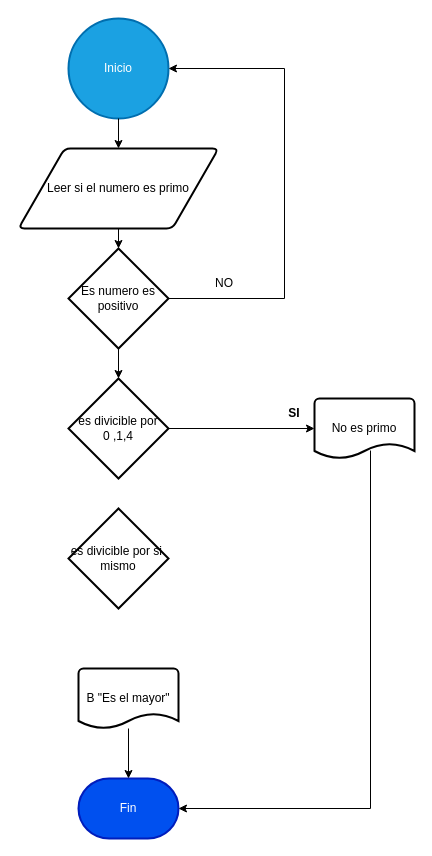
The draw.io diagram Unidad_1/images/Diagrama_flujo6.drawio in Joseman2000LR/Programacion, before the edit. Source tidied: cells renumbered, new cells numbered last; positions are measured from the earlier drawing's top-left corner, leaving out a move shared by most shapes. Both pictures are drawn from the tidied source at 100%, with x=0, y=0 at pixel (18, 18).
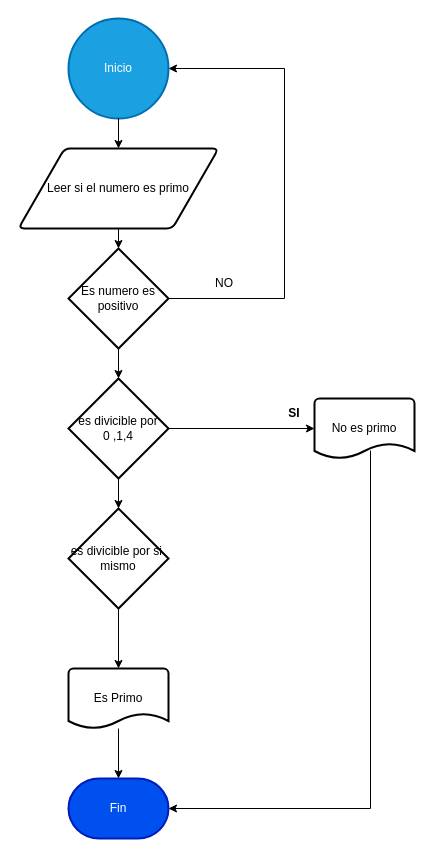
Above is the later version.

Commit message (it also covers changes not shown here):
cracionde diagrama de flujo4  y cambios en 6

Unchanged cells that the change refers to:
```xml
<mxCell id="4" value="es divicible por&lt;br&gt;0 ,1,4" style="strokeWidth=2;html=1;shape=mxgraph.flowchart.decision;whiteSpace=wrap;" parent="1" vertex="1">
  <mxGeometry x="50" y="360" width="100" height="100" as="geometry" />
</mxCell>
<mxCell id="18" value="es divicible por si&amp;nbsp;&lt;br&gt;mismo" style="strokeWidth=2;html=1;shape=mxgraph.flowchart.decision;whiteSpace=wrap;" parent="1" vertex="1">
  <mxGeometry x="50" y="490" width="100" height="100" as="geometry" />
</mxCell>
```

What changed in the source:
```diff
@@
-    <mxCell id="6" value="B &quot;Es el mayor&quot;" style="strokeWidth=2;html=1;shape=mxgraph.flowchart.document2;whiteSpace=wrap;size=0.25;" parent="1" vertex="1">
-      <mxGeometry x="60" y="650" width="100" height="60" as="geometry" />
+    <mxCell id="6" value="Es Primo" style="strokeWidth=2;html=1;shape=mxgraph.flowchart.document2;whiteSpace=wrap;size=0.25;" parent="1" vertex="1">
+      <mxGeometry x="50" y="650" width="100" height="60" as="geometry" />
     </mxCell>
     <mxCell id="7" value="Fin " style="strokeWidth=2;html=1;shape=mxgraph.flowchart.terminator;whiteSpace=wrap;fillColor=#0050ef;strokeColor=#001DBC;fontColor=#ffffff;" parent="1" vertex="1">
-      <mxGeometry x="60" y="760" width="100" height="60" as="geometry" />
+      <mxGeometry x="50" y="760" width="100" height="60" as="geometry" />
     </mxCell>
@@
+    <mxCell id="19" style="endArrow=classic;html=1;exitX=0.5;exitY=1;exitDx=0;exitDy=0;exitPerimeter=0;entryX=0.5;entryY=0;entryDx=0;entryDy=0;entryPerimeter=0;" parent="1" edge="1" source="18" target="6">
+      <mxGeometry relative="1" as="geometry" />
+    </mxCell>
+    <mxCell id="20" style="endArrow=classic;html=1;exitX=0.5;exitY=1;exitDx=0;exitDy=0;exitPerimeter=0;entryX=0.5;entryY=0;entryDx=0;entryDy=0;entryPerimeter=0;" parent="1" edge="1" source="4" target="18">
+      <mxGeometry relative="1" as="geometry" />
+    </mxCell>
```
